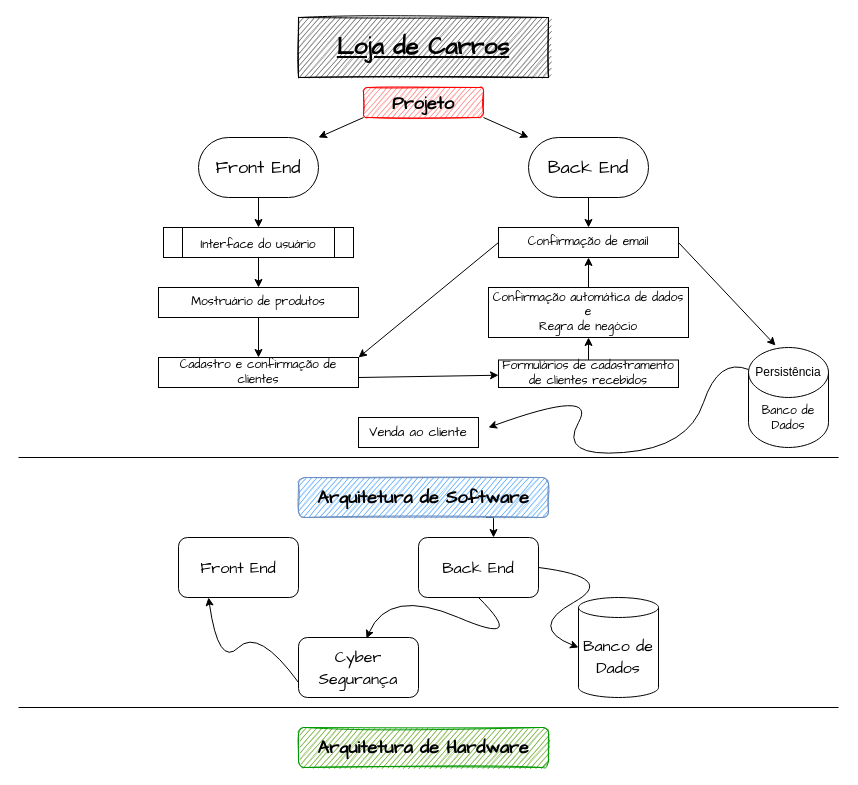
Above: Loja de Carros.drawio in ipeeeed/arquivos-da-faculdade (draw.io), before the change. Source tidied: cells renumbered, new cells numbered last; positions are measured from the earlier drawing's top-left corner, leaving out a move shared by most shapes. Both pictures are drawn from the tidied source at 100%, with x=0, y=0 at pixel (18, 17).
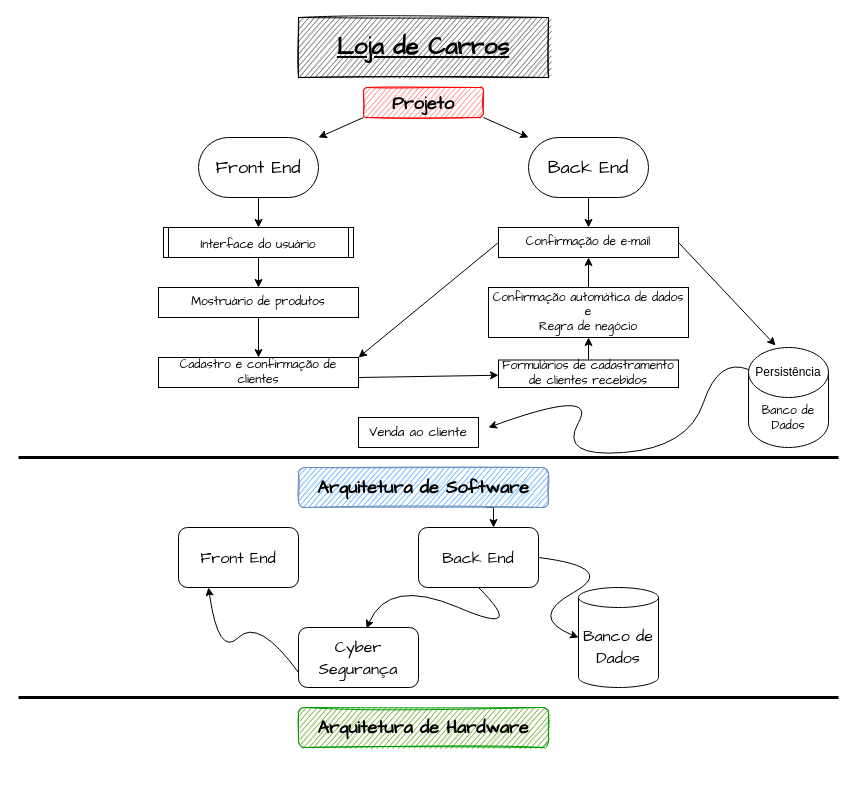
The same diagram, later.

Change to the diagram source:
```diff
@@
-    <mxCell id="11" value="&lt;font style=&quot;font-size: 12px&quot;&gt;Interface do usuário&lt;/font&gt;" style="shape=process;whiteSpace=wrap;html=1;backgroundOutline=1;fontFamily=Comic Sans MS;fontSize=18;" parent="1" vertex="1">
+    <mxCell id="11" value="&lt;font style=&quot;font-size: 12px&quot;&gt;Interface do usuário&lt;/font&gt;" style="shape=process;whiteSpace=wrap;html=1;backgroundOutline=1;fontFamily=Comic Sans MS;fontSize=18;size=0.02631578947368421;" parent="1" vertex="1">
       <mxGeometry x="145" y="210" width="190" height="30" as="geometry" />
     </mxCell>
@@
-    <mxCell id="24" value="&lt;span&gt;Confirmação de email&lt;/span&gt;" style="rounded=0;whiteSpace=wrap;html=1;fontFamily=Comic Sans MS;fontSize=12;" parent="1" vertex="1">
+    <mxCell id="24" value="&lt;span&gt;Confirmação de e-mail&lt;/span&gt;" style="rounded=0;whiteSpace=wrap;html=1;fontFamily=Comic Sans MS;fontSize=12;" parent="1" vertex="1">
       <mxGeometry x="480" y="210" width="180" height="30" as="geometry" />
     </mxCell>
@@
     <mxCell id="26" value="&lt;font face=&quot;Comic Sans MS&quot; style=&quot;font-size: 18px&quot;&gt;&lt;b&gt;Arquitetura de Software&lt;/b&gt;&lt;/font&gt;" style="rounded=1;whiteSpace=wrap;html=1;fillColor=#3399FF;strokeColor=#6c8ebf;sketch=1;glass=0;" parent="1" vertex="1">
-      <mxGeometry x="280" y="460" width="250" height="40" as="geometry" />
+      <mxGeometry x="280" y="450" width="250" height="40" as="geometry" />
     </mxCell>
     <mxCell id="27" value="&lt;font size=&quot;3&quot;&gt;Banco de Dados&lt;/font&gt;" style="shape=cylinder3;whiteSpace=wrap;html=1;boundedLbl=1;backgroundOutline=1;size=10;fontFamily=Comic Sans MS;fontSize=18;" parent="1" vertex="1">
-      <mxGeometry x="560" y="580" width="80" height="100" as="geometry" />
+      <mxGeometry x="560" y="570" width="80" height="100" as="geometry" />
     </mxCell>
     <mxCell id="28" value="&lt;font style=&quot;font-size: 16px&quot;&gt;Back End&lt;/font&gt;" style="rounded=1;whiteSpace=wrap;html=1;fontFamily=Comic Sans MS;fontSize=18;" parent="1" vertex="1">
-      <mxGeometry x="400" y="520" width="120" height="60" as="geometry" />
+      <mxGeometry x="400" y="510" width="120" height="60" as="geometry" />
     </mxCell>
     <mxCell id="29" value="&lt;font style=&quot;font-size: 16px&quot;&gt;Cyber Segurança&lt;/font&gt;" style="rounded=1;whiteSpace=wrap;html=1;fontFamily=Comic Sans MS;fontSize=18;" parent="1" vertex="1">
-      <mxGeometry x="280" y="620" width="120" height="60" as="geometry" />
+      <mxGeometry x="280" y="610" width="120" height="60" as="geometry" />
     </mxCell>
     <mxCell id="30" value="&lt;font size=&quot;3&quot;&gt;Front End&lt;/font&gt;" style="rounded=1;whiteSpace=wrap;html=1;fontFamily=Comic Sans MS;fontSize=18;" parent="1" vertex="1">
-      <mxGeometry x="160" y="520" width="120" height="60" as="geometry" />
+      <mxGeometry x="160" y="510" width="120" height="60" as="geometry" />
     </mxCell>
     <mxCell id="31" value="&lt;font face=&quot;Comic Sans MS&quot; style=&quot;font-size: 18px&quot;&gt;&lt;b&gt;Arquitetura de Hardware&lt;/b&gt;&lt;/font&gt;" style="rounded=1;whiteSpace=wrap;html=1;fillColor=#4D9900;strokeColor=#009900;sketch=1;strokeWidth=1;perimeterSpacing=0;" parent="1" vertex="1">
-      <mxGeometry x="280" y="710" width="250" height="40" as="geometry" />
+      <mxGeometry x="280" y="690" width="250" height="40" as="geometry" />
     </mxCell>
     <mxCell id="32" style="curved=1;endArrow=classic;html=1;rounded=0;fontFamily=Comic Sans MS;fontSize=14;fontColor=#000000;exitX=1;exitY=0.5;exitDx=0;exitDy=0;entryX=0;entryY=0.5;entryDx=0;entryDy=0;entryPerimeter=0;" parent="1" edge="1" source="28" target="27">
       <mxGeometry relative="1" as="geometry">
         <Array as="points">
-          <mxPoint x="600" y="560" />
-          <mxPoint x="510" y="610" />
+          <mxPoint x="600" y="550" />
+          <mxPoint x="510" y="600" />
         </Array>
       </mxGeometry>
     </mxCell>
     <mxCell id="33" style="curved=1;endArrow=classic;html=1;rounded=0;fontFamily=Comic Sans MS;fontSize=14;fontColor=#000000;exitX=0.5;exitY=1;exitDx=0;exitDy=0;entryX=0.567;entryY=0.017;entryDx=0;entryDy=0;entryPerimeter=0;" parent="1" edge="1" source="28" target="29">
       <mxGeometry relative="1" as="geometry">
         <Array as="points">
-          <mxPoint x="510" y="630" />
-          <mxPoint x="370" y="570" />
+          <mxPoint x="510" y="620" />
+          <mxPoint x="370" y="560" />
         </Array>
       </mxGeometry>
     </mxCell>
     <mxCell id="34" style="curved=1;endArrow=classic;html=1;rounded=0;fontFamily=Comic Sans MS;fontSize=14;fontColor=#000000;entryX=0.25;entryY=1;entryDx=0;entryDy=0;exitX=0;exitY=0.75;exitDx=0;exitDy=0;" parent="1" edge="1" source="29" target="30">
       <mxGeometry relative="1" as="geometry">
         <Array as="points">
-          <mxPoint x="240" y="610" />
-          <mxPoint x="200" y="650" />
+          <mxPoint x="240" y="600" />
+          <mxPoint x="200" y="640" />
         </Array>
       </mxGeometry>
     </mxCell>
@@
-    <mxCell id="36" style="endArrow=none;html=1;rounded=0;" parent="1" edge="1">
+    <mxCell id="36" style="endArrow=none;html=1;rounded=0;strokeWidth=3;" parent="1" edge="1">
       <mxGeometry relative="1" as="geometry">
         <mxPoint y="440" as="sourcePoint" />
         <mxPoint x="820" y="440" as="targetPoint" />
       </mxGeometry>
     </mxCell>
-    <mxCell id="37" style="endArrow=none;html=1;rounded=0;" parent="1" edge="1">
+    <mxCell id="37" style="endArrow=none;html=1;rounded=0;strokeWidth=3;" parent="1" edge="1">
       <mxGeometry relative="1" as="geometry">
-        <mxPoint y="690" as="sourcePoint" />
-        <mxPoint x="820" y="690" as="targetPoint" />
+        <mxPoint y="680" as="sourcePoint" />
+        <mxPoint x="820" y="680" as="targetPoint" />
       </mxGeometry>
     </mxCell>
```
